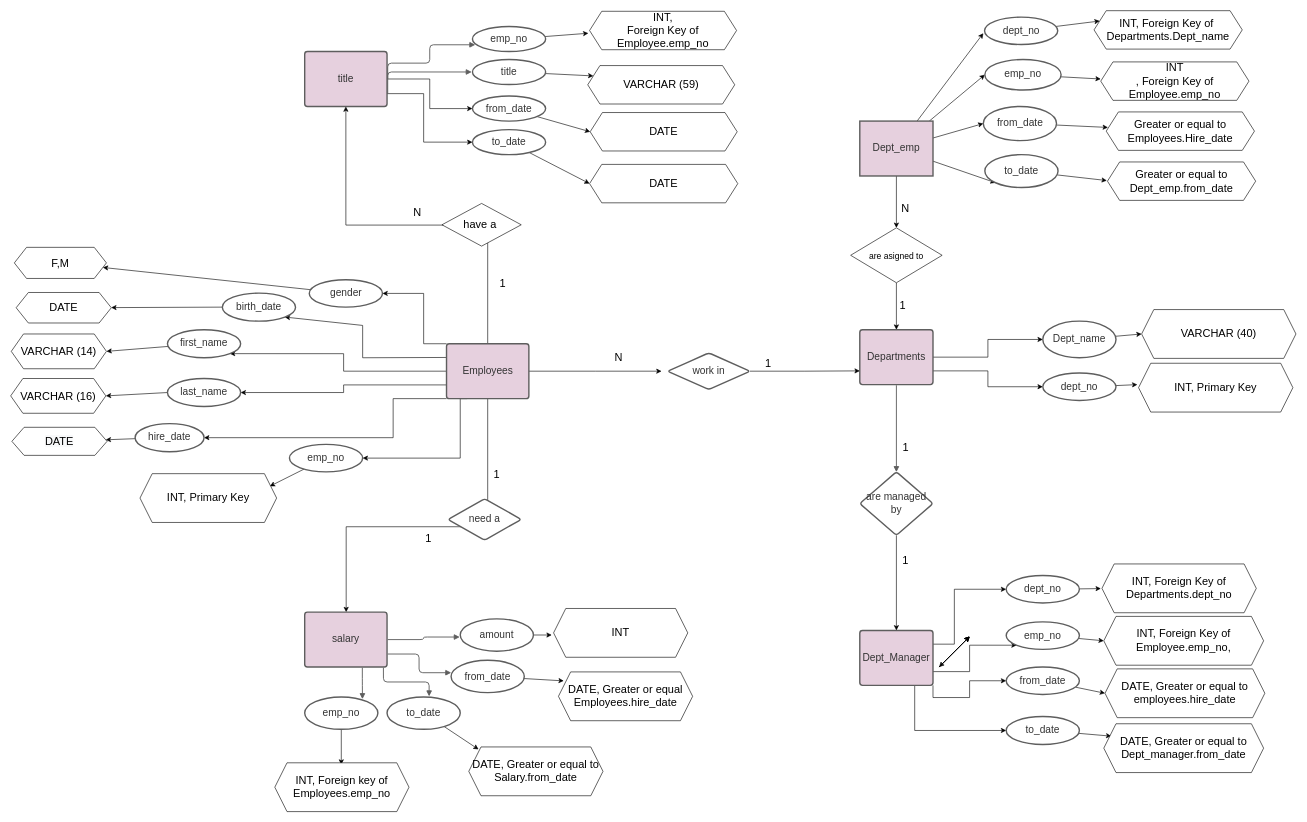
Above: TAREA 2.drawio in nalrob/Base-de-datos-relacionales (draw.io), before the change. Source tidied: cells renumbered, new cells numbered last; positions are measured from the earlier drawing's top-left corner, leaving out a move shared by most shapes. Both pictures are drawn from the tidied source at 61%, with x=0, y=0 at pixel (10, 10).
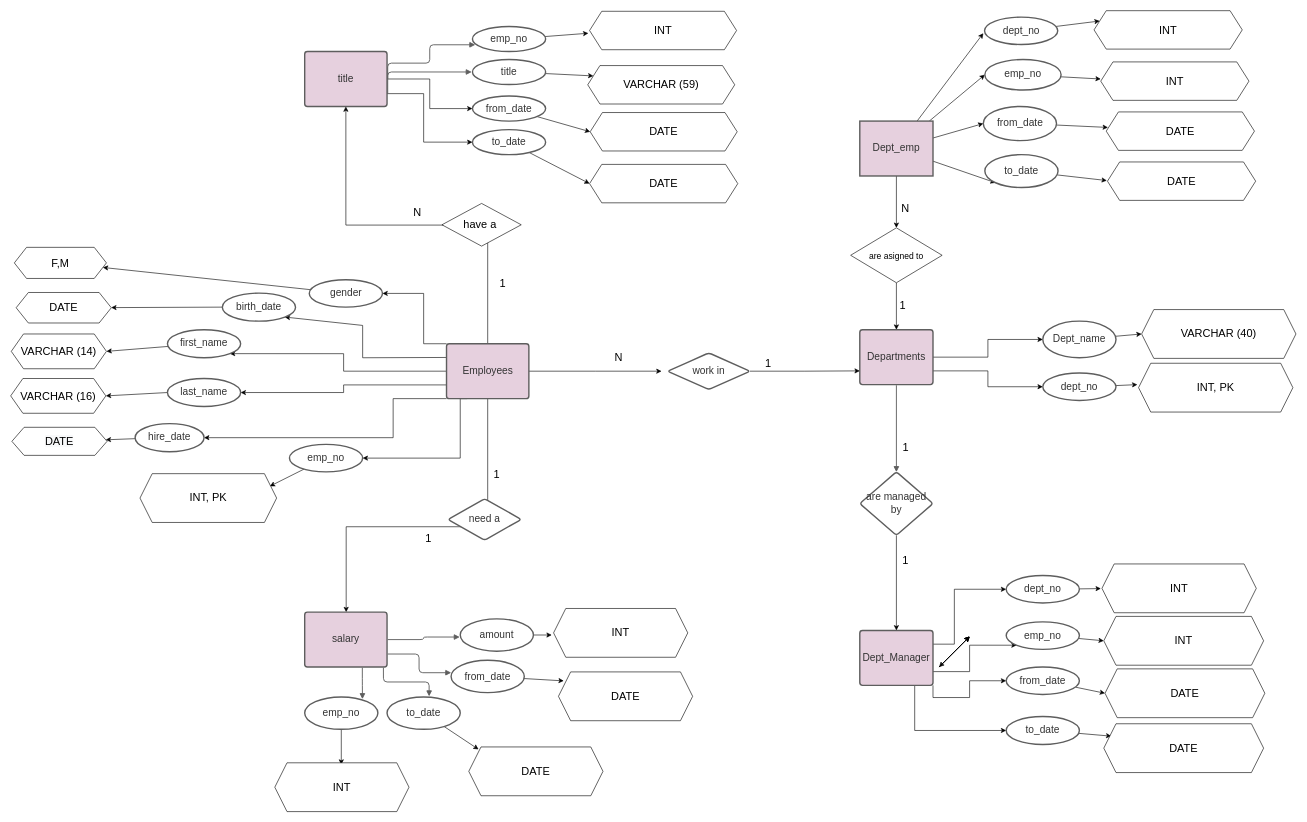
The same diagram, later.

The edit, as a diff of the source:
```diff
@@
-    <mxCell id="109" value="INT, Foreign key of Employees.emp_no" style="shape=hexagon;perimeter=hexagonPerimeter2;whiteSpace=wrap;html=1;fixedSize=1;fontSize=18;fillColor=#FFFFFF;" parent="1" vertex="1">
+    <mxCell id="109" value="INT" style="shape=hexagon;perimeter=hexagonPerimeter2;whiteSpace=wrap;html=1;fixedSize=1;fontSize=18;fillColor=#FFFFFF;" parent="1" vertex="1">
       <mxGeometry x="433" y="1233" width="220" height="80" as="geometry" />
     </mxCell>
-    <mxCell id="110" value="DATE, Greater or equal to Salary.from_date" style="shape=hexagon;perimeter=hexagonPerimeter2;whiteSpace=wrap;html=1;fixedSize=1;fontSize=18;fillColor=#FFFFFF;" parent="1" vertex="1">
+    <mxCell id="110" value="DATE" style="shape=hexagon;perimeter=hexagonPerimeter2;whiteSpace=wrap;html=1;fixedSize=1;fontSize=18;fillColor=#FFFFFF;" parent="1" vertex="1">
       <mxGeometry x="751" y="1207" width="220" height="80" as="geometry" />
     </mxCell>
-    <mxCell id="111" value="DATE, Greater or equal Employees.hire_date" style="shape=hexagon;perimeter=hexagonPerimeter2;whiteSpace=wrap;html=1;fixedSize=1;fontSize=18;fillColor=#FFFFFF;" parent="1" vertex="1">
+    <mxCell id="111" value="DATE" style="shape=hexagon;perimeter=hexagonPerimeter2;whiteSpace=wrap;html=1;fixedSize=1;fontSize=18;fillColor=#FFFFFF;" parent="1" vertex="1">
       <mxGeometry x="898" y="1084" width="220" height="80" as="geometry" />
     </mxCell>
@@
-    <mxCell id="113" value="INT, Foreign Key of Departments.dept_no" style="shape=hexagon;perimeter=hexagonPerimeter2;whiteSpace=wrap;html=1;fixedSize=1;fontSize=18;fillColor=#FFFFFF;" parent="1" vertex="1">
+    <mxCell id="113" value="INT" style="shape=hexagon;perimeter=hexagonPerimeter2;whiteSpace=wrap;html=1;fixedSize=1;fontSize=18;fillColor=#FFFFFF;" parent="1" vertex="1">
       <mxGeometry x="1789" y="907" width="253" height="80" as="geometry" />
     </mxCell>
-    <mxCell id="114" value="INT, Foreign Key of Employee.emp_no," style="shape=hexagon;perimeter=hexagonPerimeter2;whiteSpace=wrap;html=1;fixedSize=1;fontSize=18;fillColor=#FFFFFF;" parent="1" vertex="1">
+    <mxCell id="114" value="INT" style="shape=hexagon;perimeter=hexagonPerimeter2;whiteSpace=wrap;html=1;fixedSize=1;fontSize=18;fillColor=#FFFFFF;" parent="1" vertex="1">
       <mxGeometry x="1792" y="993" width="262" height="80" as="geometry" />
     </mxCell>
-    <mxCell id="115" value="DATE, Greater or equal to employees.hire_date" style="shape=hexagon;perimeter=hexagonPerimeter2;whiteSpace=wrap;html=1;fixedSize=1;fontSize=18;fillColor=#FFFFFF;" parent="1" vertex="1">
+    <mxCell id="115" value="DATE" style="shape=hexagon;perimeter=hexagonPerimeter2;whiteSpace=wrap;html=1;fixedSize=1;fontSize=18;fillColor=#FFFFFF;" parent="1" vertex="1">
       <mxGeometry x="1794" y="1079" width="262" height="80" as="geometry" />
     </mxCell>
-    <mxCell id="116" value="DATE, Greater or equal to Dept_manager.from_date" style="shape=hexagon;perimeter=hexagonPerimeter2;whiteSpace=wrap;html=1;fixedSize=1;fontSize=18;fillColor=#FFFFFF;" parent="1" vertex="1">
+    <mxCell id="116" value="DATE" style="shape=hexagon;perimeter=hexagonPerimeter2;whiteSpace=wrap;html=1;fixedSize=1;fontSize=18;fillColor=#FFFFFF;" parent="1" vertex="1">
       <mxGeometry x="1792" y="1169" width="262" height="80" as="geometry" />
     </mxCell>
-    <mxCell id="117" value="INT, Primary Key" style="shape=hexagon;perimeter=hexagonPerimeter2;whiteSpace=wrap;html=1;fixedSize=1;fontSize=18;fillColor=#FFFFFF;" parent="1" vertex="1">
+    <mxCell id="117" value="INT, PK" style="shape=hexagon;perimeter=hexagonPerimeter2;whiteSpace=wrap;html=1;fixedSize=1;fontSize=18;fillColor=#FFFFFF;" parent="1" vertex="1">
       <mxGeometry x="1849" y="578" width="253" height="80" as="geometry" />
     </mxCell>
@@
-    <mxCell id="119" value="INT, Primary Key" style="shape=hexagon;perimeter=hexagonPerimeter2;whiteSpace=wrap;html=1;fixedSize=1;fontSize=18;fillColor=#FFFFFF;" parent="1" vertex="1">
+    <mxCell id="119" value="INT, PK" style="shape=hexagon;perimeter=hexagonPerimeter2;whiteSpace=wrap;html=1;fixedSize=1;fontSize=18;fillColor=#FFFFFF;" parent="1" vertex="1">
       <mxGeometry x="212" y="759" width="224" height="80" as="geometry" />
     </mxCell>
@@
-    <mxCell id="125" value="INT,&lt;br&gt;Foreign Key of Employee.emp_no" style="shape=hexagon;perimeter=hexagonPerimeter2;whiteSpace=wrap;html=1;fixedSize=1;fontSize=18;fillColor=#FFFFFF;" parent="1" vertex="1">
+    <mxCell id="125" value="INT" style="shape=hexagon;perimeter=hexagonPerimeter2;whiteSpace=wrap;html=1;fixedSize=1;fontSize=18;fillColor=#FFFFFF;" parent="1" vertex="1">
       <mxGeometry x="949" y="1" width="241" height="63" as="geometry" />
     </mxCell>
@@
-    <mxCell id="129" value="Greater or equal to Dept_emp.from_date" style="shape=hexagon;perimeter=hexagonPerimeter2;whiteSpace=wrap;html=1;fixedSize=1;fontSize=18;fillColor=#FFFFFF;" parent="1" vertex="1">
+    <mxCell id="129" value="DATE" style="shape=hexagon;perimeter=hexagonPerimeter2;whiteSpace=wrap;html=1;fixedSize=1;fontSize=18;fillColor=#FFFFFF;" parent="1" vertex="1">
       <mxGeometry x="1798" y="248" width="243" height="63" as="geometry" />
     </mxCell>
-    <mxCell id="130" value="Greater or equal to Employees.Hire_date" style="shape=hexagon;perimeter=hexagonPerimeter2;whiteSpace=wrap;html=1;fixedSize=1;fontSize=18;fillColor=#FFFFFF;" parent="1" vertex="1">
+    <mxCell id="130" value="DATE" style="shape=hexagon;perimeter=hexagonPerimeter2;whiteSpace=wrap;html=1;fixedSize=1;fontSize=18;fillColor=#FFFFFF;" parent="1" vertex="1">
       <mxGeometry x="1796" y="166" width="243" height="63" as="geometry" />
     </mxCell>
-    <mxCell id="131" value="INT&lt;br&gt;, Foreign Key of Employee.emp_no" style="shape=hexagon;perimeter=hexagonPerimeter2;whiteSpace=wrap;html=1;fixedSize=1;fontSize=18;fillColor=#FFFFFF;" parent="1" vertex="1">
+    <mxCell id="131" value="INT&lt;br&gt;" style="shape=hexagon;perimeter=hexagonPerimeter2;whiteSpace=wrap;html=1;fixedSize=1;fontSize=18;fillColor=#FFFFFF;" parent="1" vertex="1">
       <mxGeometry x="1787" y="84" width="243" height="63" as="geometry" />
     </mxCell>
-    <mxCell id="132" value="INT, Foreign Key of&amp;nbsp; Departments.Dept_name" style="shape=hexagon;perimeter=hexagonPerimeter2;whiteSpace=wrap;html=1;fixedSize=1;fontSize=18;fillColor=#FFFFFF;" parent="1" vertex="1">
+    <mxCell id="132" value="INT" style="shape=hexagon;perimeter=hexagonPerimeter2;whiteSpace=wrap;html=1;fixedSize=1;fontSize=18;fillColor=#FFFFFF;" parent="1" vertex="1">
       <mxGeometry x="1776" width="243" height="63" as="geometry" />
     </mxCell>
```
